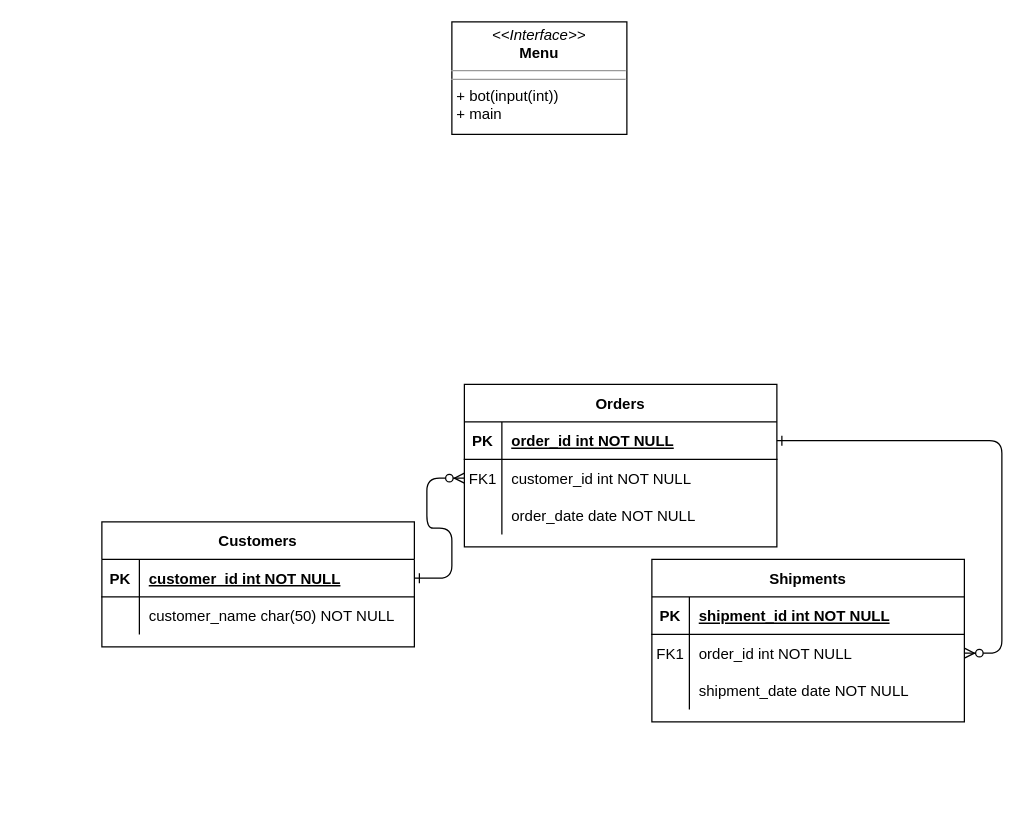
This is Диаграмма без названия.drawio from shevtania/Project, a draw.io file, before an edit. Source tidied: cells renumbered, new cells numbered last; positions are measured from the earlier drawing's top-left corner, leaving out a move shared by most shapes. Both pictures are drawn from the tidied source at 125%, with x=0, y=0 at pixel (101, 21).
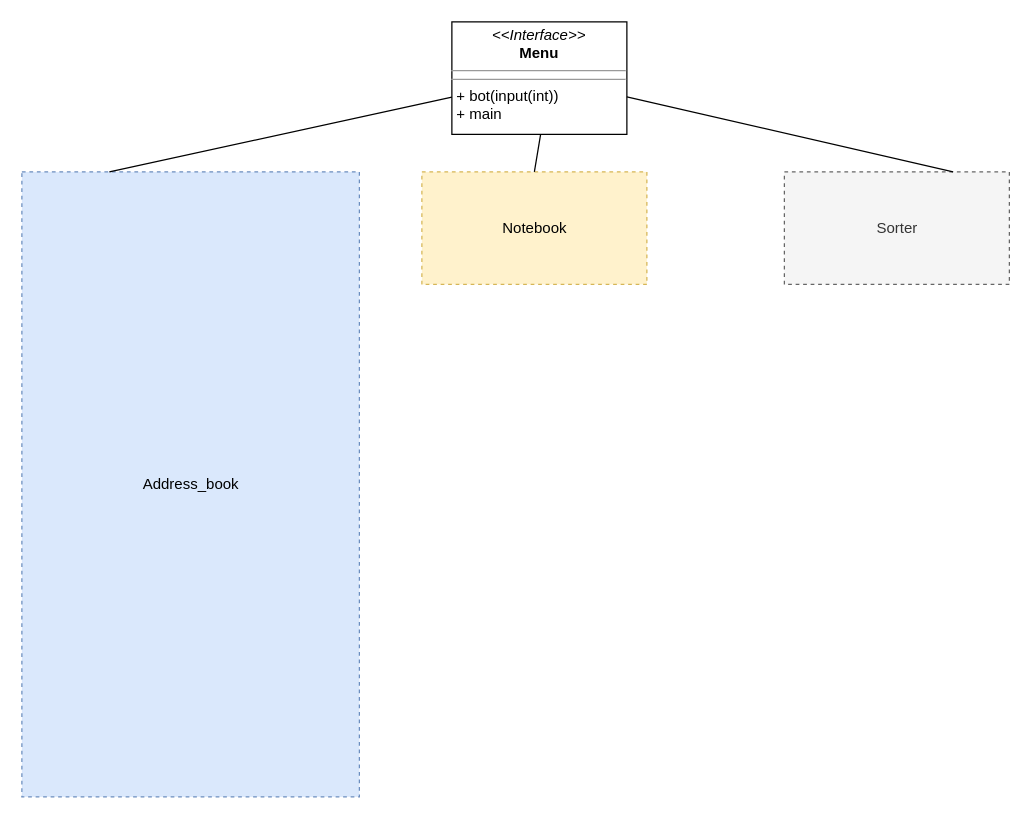
The same page after the edit.

Unchanged cells that the change refers to:
```xml
<mxCell id="31" value="&lt;p style=&quot;margin:0px;margin-top:4px;text-align:center;&quot;&gt;&lt;i&gt;&amp;lt;&amp;lt;Interface&amp;gt;&amp;gt;&lt;/i&gt;&lt;br&gt;&lt;b&gt;Menu&lt;/b&gt;&lt;br&gt;&lt;/p&gt;&lt;hr size=&quot;1&quot;&gt;&lt;hr size=&quot;1&quot;&gt;&lt;p style=&quot;margin:0px;margin-left:4px;&quot;&gt;+ bot(input(int))&lt;br&gt;+ main&lt;br&gt;&lt;/p&gt;" style="verticalAlign=top;align=left;overflow=fill;fontSize=12;fontFamily=Helvetica;html=1;" parent="1" vertex="1">
  <mxGeometry x="280" width="140" height="90" as="geometry" />
</mxCell>
```

Change to the diagram source:
```diff
@@
-    <mxCell id="2" style="edgeStyle=entityRelationEdgeStyle;endArrow=ERzeroToMany;startArrow=ERone;endFill=1;startFill=0;" parent="1" edge="1" source="25" target="8">
-      <mxGeometry relative="1" as="geometry" />
-    </mxCell>
-    <mxCell id="3" style="edgeStyle=entityRelationEdgeStyle;endArrow=ERzeroToMany;startArrow=ERone;endFill=1;startFill=0;" parent="1" edge="1" source="5" target="18">
-      <mxGeometry relative="1" as="geometry" />
-    </mxCell>
-    <mxCell id="4" value="Orders" style="shape=table;startSize=30;childLayout=tableLayout;rowLines=0;fontStyle=1;align=center;" parent="1" vertex="1">
-      <mxGeometry x="290" y="290" width="250" height="130" as="geometry" />
-    </mxCell>
-    <mxCell id="5" style="shape=partialRectangle;fillColor=none;points=[[0,0.5],[1,0.5]];portConstraint=eastwest;top=0;left=0;right=0;bottom=1;" parent="4" vertex="1">
-      <mxGeometry y="30" width="250" height="30" as="geometry" />
-    </mxCell>
-    <mxCell id="6" value="PK" style="shape=partialRectangle;overflow=hidden;fillColor=none;top=0;left=0;bottom=0;right=0;fontStyle=1;" parent="5" vertex="1">
-      <mxGeometry width="30" height="30" as="geometry" />
-    </mxCell>
-    <mxCell id="7" value="order_id int NOT NULL " style="shape=partialRectangle;overflow=hidden;fillColor=none;top=0;left=0;bottom=0;right=0;align=left;spacingLeft=6;fontStyle=5;" parent="5" vertex="1">
-      <mxGeometry x="30" width="220" height="30" as="geometry" />
-    </mxCell>
-    <mxCell id="8" style="shape=partialRectangle;fillColor=none;points=[[0,0.5],[1,0.5]];portConstraint=eastwest;top=0;left=0;right=0;bottom=0;" parent="4" vertex="1">
-      <mxGeometry y="60" width="250" height="30" as="geometry" />
-    </mxCell>
-    <mxCell id="9" value="FK1" style="shape=partialRectangle;overflow=hidden;fillColor=none;top=0;left=0;bottom=0;right=0;" parent="8" vertex="1">
-      <mxGeometry width="30" height="30" as="geometry" />
-    </mxCell>
-    <mxCell id="10" value="customer_id int NOT NULL" style="shape=partialRectangle;overflow=hidden;fillColor=none;top=0;left=0;bottom=0;right=0;align=left;spacingLeft=6;" parent="8" vertex="1">
-      <mxGeometry x="30" width="220" height="30" as="geometry" />
-    </mxCell>
-    <mxCell id="11" style="shape=partialRectangle;fillColor=none;top=0;left=0;right=0;bottom=0;" parent="4" vertex="1">
-      <mxGeometry y="90" width="250" height="30" as="geometry" />
-    </mxCell>
-    <mxCell id="12" style="shape=partialRectangle;overflow=hidden;fillColor=none;top=0;left=0;bottom=0;right=0;" parent="11" vertex="1">
-      <mxGeometry width="30" height="30" as="geometry" />
-    </mxCell>
-    <mxCell id="13" value="order_date date NOT NULL" style="shape=partialRectangle;overflow=hidden;fillColor=none;top=0;left=0;bottom=0;right=0;align=left;spacingLeft=6;" parent="11" vertex="1">
-      <mxGeometry x="30" width="220" height="30" as="geometry" />
-    </mxCell>
-    <mxCell id="14" value="Shipments" style="shape=table;startSize=30;childLayout=tableLayout;rowLines=0;fontStyle=1;align=center;" parent="1" vertex="1">
-      <mxGeometry x="440" y="430" width="250" height="130" as="geometry" />
-    </mxCell>
-    <mxCell id="15" style="shape=partialRectangle;fillColor=none;top=0;left=0;right=0;bottom=1;" parent="14" vertex="1">
-      <mxGeometry y="30" width="250" height="30" as="geometry" />
-    </mxCell>
-    <mxCell id="16" value="PK" style="shape=partialRectangle;overflow=hidden;fillColor=none;top=0;left=0;bottom=0;right=0;fontStyle=1;" parent="15" vertex="1">
-      <mxGeometry width="30" height="30" as="geometry" />
-    </mxCell>
-    <mxCell id="17" value="shipment_id int NOT NULL " style="shape=partialRectangle;overflow=hidden;fillColor=none;top=0;left=0;bottom=0;right=0;align=left;spacingLeft=6;fontStyle=5;" parent="15" vertex="1">
-      <mxGeometry x="30" width="220" height="30" as="geometry" />
-    </mxCell>
-    <mxCell id="18" style="shape=partialRectangle;fillColor=none;points=[[0,0.5],[1,0.5]];portConstraint=eastwest;top=0;left=0;right=0;bottom=0;" parent="14" vertex="1">
-      <mxGeometry y="60" width="250" height="30" as="geometry" />
-    </mxCell>
-    <mxCell id="19" value="FK1" style="shape=partialRectangle;overflow=hidden;fillColor=none;top=0;left=0;bottom=0;right=0;" parent="18" vertex="1">
-      <mxGeometry width="30" height="30" as="geometry" />
-    </mxCell>
-    <mxCell id="20" value="order_id int NOT NULL" style="shape=partialRectangle;overflow=hidden;fillColor=none;top=0;left=0;bottom=0;right=0;align=left;spacingLeft=6;" parent="18" vertex="1">
-      <mxGeometry x="30" width="220" height="30" as="geometry" />
-    </mxCell>
-    <mxCell id="21" style="shape=partialRectangle;fillColor=none;top=0;left=0;right=0;bottom=0;" parent="14" vertex="1">
-      <mxGeometry y="90" width="250" height="30" as="geometry" />
-    </mxCell>
-    <mxCell id="22" style="shape=partialRectangle;overflow=hidden;fillColor=none;top=0;left=0;bottom=0;right=0;" parent="21" vertex="1">
-      <mxGeometry width="30" height="30" as="geometry" />
-    </mxCell>
-    <mxCell id="23" value="shipment_date date NOT NULL" style="shape=partialRectangle;overflow=hidden;fillColor=none;top=0;left=0;bottom=0;right=0;align=left;spacingLeft=6;" parent="21" vertex="1">
-      <mxGeometry x="30" width="220" height="30" as="geometry" />
-    </mxCell>
-    <mxCell id="24" value="Customers" style="shape=table;startSize=30;childLayout=tableLayout;rowLines=0;fontStyle=1;align=center;" parent="1" vertex="1">
-      <mxGeometry y="400" width="250" height="100" as="geometry" />
-    </mxCell>
-    <mxCell id="25" style="shape=partialRectangle;fillColor=none;points=[[0,0.5],[1,0.5]];portConstraint=eastwest;top=0;left=0;right=0;bottom=1;" parent="24" vertex="1">
-      <mxGeometry y="30" width="250" height="30" as="geometry" />
-    </mxCell>
-    <mxCell id="26" value="PK" style="shape=partialRectangle;overflow=hidden;fillColor=none;top=0;left=0;bottom=0;right=0;fontStyle=1;" parent="25" vertex="1">
-      <mxGeometry width="30" height="30" as="geometry" />
-    </mxCell>
-    <mxCell id="27" value="customer_id int NOT NULL " style="shape=partialRectangle;overflow=hidden;fillColor=none;top=0;left=0;bottom=0;right=0;align=left;spacingLeft=6;fontStyle=5;" parent="25" vertex="1">
-      <mxGeometry x="30" width="220" height="30" as="geometry" />
-    </mxCell>
-    <mxCell id="28" style="shape=partialRectangle;fillColor=none;top=0;left=0;right=0;bottom=0;" parent="24" vertex="1">
-      <mxGeometry y="60" width="250" height="30" as="geometry" />
-    </mxCell>
-    <mxCell id="29" style="shape=partialRectangle;overflow=hidden;fillColor=none;top=0;left=0;bottom=0;right=0;" parent="28" vertex="1">
-      <mxGeometry width="30" height="30" as="geometry" />
-    </mxCell>
-    <mxCell id="30" value="customer_name char(50) NOT NULL" style="shape=partialRectangle;overflow=hidden;fillColor=none;top=0;left=0;bottom=0;right=0;align=left;spacingLeft=6;" parent="28" vertex="1">
-      <mxGeometry x="30" width="220" height="30" as="geometry" />
-    </mxCell>
@@
+    <mxCell id="32" value="Address_book" style="html=1;dashed=1;fillColor=#dae8fc;strokeColor=#6c8ebf;" parent="1" vertex="1">
+      <mxGeometry x="-64" y="120" width="270" height="500" as="geometry" />
+    </mxCell>
+    <mxCell id="33" value="Notebook" style="html=1;dashed=1;fillColor=#fff2cc;strokeColor=#d6b656;" parent="1" vertex="1">
+      <mxGeometry x="256" y="120" width="180" height="90" as="geometry" />
+    </mxCell>
+    <mxCell id="34" value="Sorter" style="html=1;dashed=1;fillColor=#f5f5f5;fontColor=#333333;strokeColor=#666666;" parent="1" vertex="1">
+      <mxGeometry x="546" y="120" width="180" height="90" as="geometry" />
+    </mxCell>
+    <mxCell id="35" style="endArrow=none;html=1;rounded=0;exitX=0.5;exitY=0;exitDx=0;exitDy=0;" parent="1" edge="1" source="33">
+      <mxGeometry relative="1" as="geometry">
+        <mxPoint x="351" y="90" as="targetPoint" />
+      </mxGeometry>
+    </mxCell>
+    <mxCell id="36" style="endArrow=none;html=1;rounded=0;" parent="1" edge="1" target="31">
+      <mxGeometry relative="1" as="geometry">
+        <mxPoint x="6" y="120" as="sourcePoint" />
+      </mxGeometry>
+    </mxCell>
+    <mxCell id="37" style="endArrow=none;html=1;rounded=0;entryX=0.75;entryY=0;entryDx=0;entryDy=0;" parent="1" edge="1" target="34">
+      <mxGeometry relative="1" as="geometry">
+        <mxPoint x="420" y="60" as="sourcePoint" />
+      </mxGeometry>
+    </mxCell>
```
